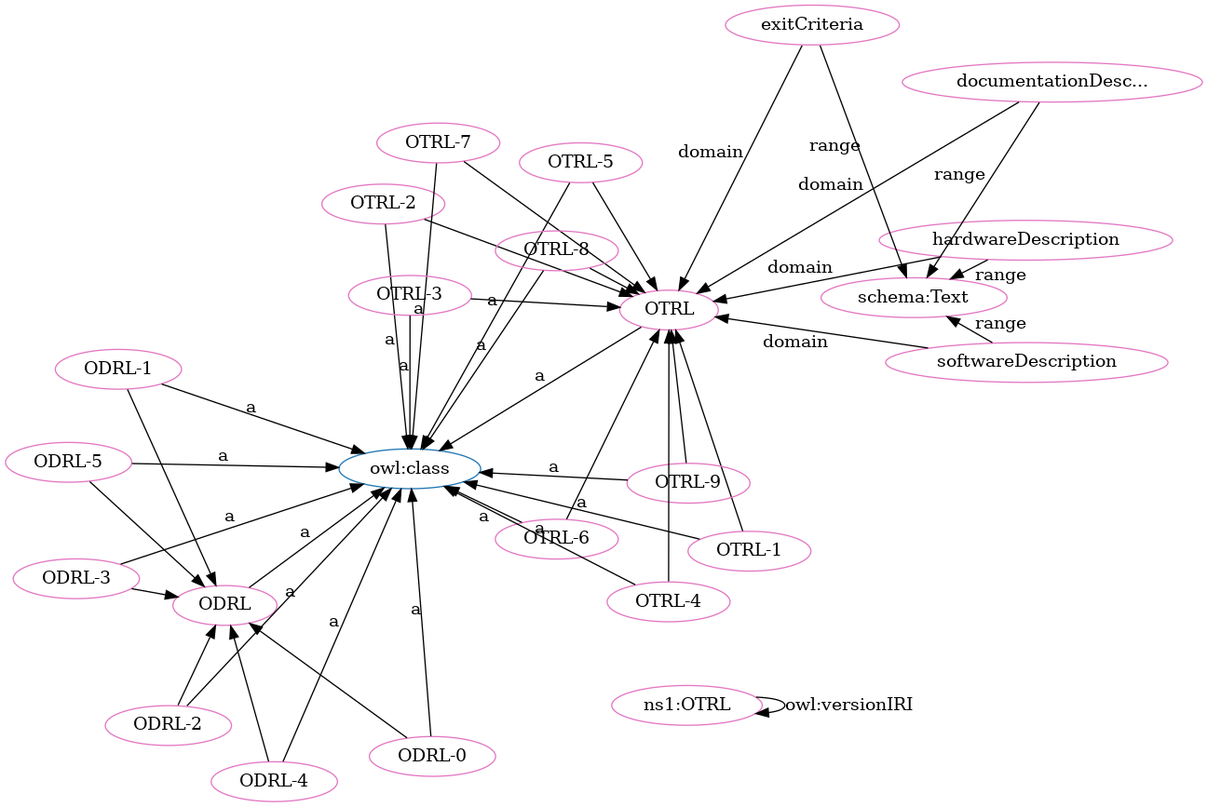
The Graphviz diagram OTRL-clean.png in OPEN-NEXT/OKH-LOSH, before a commit. Its source is kept beside it as OTRL-clean.dot. Its diagram source:
```dot
digraph G {
  rankdir=BT
  node[height=.3]
"http://www.w3.org/2002/07/owl#class" [fillcolor="#1f77b4" color="#1f77b4" label="owl:class"]
"http://purl.org/oseg/ontologies/OTRL#OTRL" [fillcolor="#1f77b4" color="#1f77b4" label="OTRL"]
"http://purl.org/oseg/ontologies/OTRL#ODRL" [fillcolor="#1f77b4" color="#1f77b4" label="ODRL"]
"http://purl.org/oseg/ontologies/OTRL#ODRL" [fillcolor="#e377c2" color="#e377c2" label="ODRL"]
"http://purl.org/oseg/ontologies/OTRL#hardwareDescription" [fillcolor="#e377c2" color="#e377c2" label="hardwareDescription"]
"http://schema.org/Text" [fillcolor="#e377c2" color="#e377c2" label="schema:Text"]
"http://purl.org/oseg/ontologies/OTRL#OTRL-2" [fillcolor="#e377c2" color="#e377c2" label="OTRL-2"]
"http://purl.org/oseg/ontologies/OTRL#OTRL" [fillcolor="#e377c2" color="#e377c2" label="OTRL"]
"http://purl.org/oseg/ontologies/OTRL" [fillcolor="#e377c2" color="#e377c2" label="ns1:OTRL"]
"http://purl.org/oseg/ontologies/OTRL#OTRL-6" [fillcolor="#e377c2" color="#e377c2" label="OTRL-6"]
"http://purl.org/oseg/ontologies/OTRL#ODRL-0" [fillcolor="#e377c2" color="#e377c2" label="ODRL-0"]
"http://purl.org/oseg/ontologies/OTRL#ODRL-2" [fillcolor="#e377c2" color="#e377c2" label="ODRL-2"]
"http://purl.org/oseg/ontologies/OTRL#softwareDescription" [fillcolor="#e377c2" color="#e377c2" label="softwareDescription"]
"http://purl.org/oseg/ontologies/OTRL#OTRL-1" [fillcolor="#e377c2" color="#e377c2" label="OTRL-1"]
"http://purl.org/oseg/ontologies/OTRL#ODRL-3" [fillcolor="#e377c2" color="#e377c2" label="ODRL-3"]
"http://purl.org/oseg/ontologies/OTRL#OTRL-9" [fillcolor="#e377c2" color="#e377c2" label="OTRL-9"]
"http://purl.org/oseg/ontologies/OTRL#ODRL-4" [fillcolor="#e377c2" color="#e377c2" label="ODRL-4"]
"http://purl.org/oseg/ontologies/OTRL#OTRL-7" [fillcolor="#e377c2" color="#e377c2" label="OTRL-7"]
"http://purl.org/oseg/ontologies/OTRL#documentationDescription" [fillcolor="#e377c2" color="#e377c2" label="documentationDesc..."]
"http://purl.org/oseg/ontologies/OTRL#OTRL-4" [fillcolor="#e377c2" color="#e377c2" label="OTRL-4"]
"http://purl.org/oseg/ontologies/OTRL#ODRL-1" [fillcolor="#e377c2" color="#e377c2" label="ODRL-1"]
"http://purl.org/oseg/ontologies/OTRL#ODRL-5" [fillcolor="#e377c2" color="#e377c2" label="ODRL-5"]
"http://purl.org/oseg/ontologies/OTRL#OTRL-3" [fillcolor="#e377c2" color="#e377c2" label="OTRL-3"]
"http://purl.org/oseg/ontologies/OTRL#OTRL-5" [fillcolor="#e377c2" color="#e377c2" label="OTRL-5"]
"http://purl.org/oseg/ontologies/OTRL#OTRL-8" [fillcolor="#e377c2" color="#e377c2" label="OTRL-8"]
"http://purl.org/oseg/ontologies/OTRL#exitCriteria" [fillcolor="#e377c2" color="#e377c2" label="exitCriteria"]
  "http://purl.org/oseg/ontologies/OTRL#ODRL" -> "http://www.w3.org/2002/07/owl#class" [label="a"]
  "http://purl.org/oseg/ontologies/OTRL#ODRL-3" -> "http://purl.org/oseg/ontologies/OTRL#ODRL" [label=""]
  "http://purl.org/oseg/ontologies/OTRL#OTRL-6" -> "http://purl.org/oseg/ontologies/OTRL#OTRL" [label=""]
  "http://purl.org/oseg/ontologies/OTRL#OTRL-6" -> "http://www.w3.org/2002/07/owl#class" [label="a"]
  "http://purl.org/oseg/ontologies/OTRL#exitCriteria" -> "http://purl.org/oseg/ontologies/OTRL#OTRL" [label="domain"]
  "http://purl.org/oseg/ontologies/OTRL#ODRL-2" -> "http://www.w3.org/2002/07/owl#class" [label="a"]
  "http://purl.org/oseg/ontologies/OTRL#OTRL-8" -> "http://purl.org/oseg/ontologies/OTRL#OTRL" [label=""]
  "http://purl.org/oseg/ontologies/OTRL#OTRL-9" -> "http://purl.org/oseg/ontologies/OTRL#OTRL" [label=""]
  "http://purl.org/oseg/ontologies/OTRL#hardwareDescription" -> "http://schema.org/Text" [label="range"]
  "http://purl.org/oseg/ontologies/OTRL#ODRL-0" -> "http://purl.org/oseg/ontologies/OTRL#ODRL" [label=""]
  "http://purl.org/oseg/ontologies/OTRL#OTRL-9" -> "http://www.w3.org/2002/07/owl#class" [label="a"]
  "http://purl.org/oseg/ontologies/OTRL#ODRL-4" -> "http://www.w3.org/2002/07/owl#class" [label="a"]
  "http://purl.org/oseg/ontologies/OTRL#OTRL-2" -> "http://purl.org/oseg/ontologies/OTRL#OTRL" [label=""]
  "http://purl.org/oseg/ontologies/OTRL#OTRL-7" -> "http://www.w3.org/2002/07/owl#class" [label="a"]
  "http://purl.org/oseg/ontologies/OTRL#OTRL-4" -> "http://www.w3.org/2002/07/owl#class" [label="a"]
  "http://purl.org/oseg/ontologies/OTRL#ODRL-1" -> "http://www.w3.org/2002/07/owl#class" [label="a"]
  "http://purl.org/oseg/ontologies/OTRL#ODRL-5" -> "http://www.w3.org/2002/07/owl#class" [label="a"]
  "http://purl.org/oseg/ontologies/OTRL#documentationDescription" -> "http://purl.org/oseg/ontologies/OTRL#OTRL" [label="domain"]
  "http://purl.org/oseg/ontologies/OTRL#hardwareDescription" -> "http://purl.org/oseg/ontologies/OTRL#OTRL" [label="domain"]
  "http://purl.org/oseg/ontologies/OTRL#OTRL-1" -> "http://purl.org/oseg/ontologies/OTRL#OTRL" [label=""]
  "http://purl.org/oseg/ontologies/OTRL#softwareDescription" -> "http://purl.org/oseg/ontologies/OTRL#OTRL" [label="domain"]
  "http://purl.org/oseg/ontologies/OTRL#OTRL-8" -> "http://www.w3.org/2002/07/owl#class" [label="a"]
  "http://purl.org/oseg/ontologies/OTRL#documentationDescription" -> "http://schema.org/Text" [label="range"]
  "http://purl.org/oseg/ontologies/OTRL#softwareDescription" -> "http://schema.org/Text" [label="range"]
  "http://purl.org/oseg/ontologies/OTRL#OTRL-2" -> "http://www.w3.org/2002/07/owl#class" [label="a"]
  "http://purl.org/oseg/ontologies/OTRL#OTRL-3" -> "http://purl.org/oseg/ontologies/OTRL#OTRL" [label=""]
  "http://purl.org/oseg/ontologies/OTRL#ODRL-0" -> "http://www.w3.org/2002/07/owl#class" [label="a"]
  "http://purl.org/oseg/ontologies/OTRL#exitCriteria" -> "http://schema.org/Text" [label="range"]
  "http://purl.org/oseg/ontologies/OTRL#OTRL-5" -> "http://purl.org/oseg/ontologies/OTRL#OTRL" [label=""]
  "http://purl.org/oseg/ontologies/OTRL#OTRL-1" -> "http://www.w3.org/2002/07/owl#class" [label="a"]
  "http://purl.org/oseg/ontologies/OTRL#ODRL-3" -> "http://www.w3.org/2002/07/owl#class" [label="a"]
  "http://purl.org/oseg/ontologies/OTRL" -> "http://purl.org/oseg/ontologies/OTRL" [label="owl:versionIRI"]
  "http://purl.org/oseg/ontologies/OTRL#ODRL-2" -> "http://purl.org/oseg/ontologies/OTRL#ODRL" [label=""]
  "http://purl.org/oseg/ontologies/OTRL#OTRL-4" -> "http://purl.org/oseg/ontologies/OTRL#OTRL" [label=""]
  "http://purl.org/oseg/ontologies/OTRL#ODRL-4" -> "http://purl.org/oseg/ontologies/OTRL#ODRL" [label=""]
  "http://purl.org/oseg/ontologies/OTRL#OTRL-3" -> "http://www.w3.org/2002/07/owl#class" [label="a"]
  "http://purl.org/oseg/ontologies/OTRL#OTRL" -> "http://www.w3.org/2002/07/owl#class" [label="a"]
  "http://purl.org/oseg/ontologies/OTRL#ODRL-1" -> "http://purl.org/oseg/ontologies/OTRL#ODRL" [label=""]
  "http://purl.org/oseg/ontologies/OTRL#ODRL-5" -> "http://purl.org/oseg/ontologies/OTRL#ODRL" [label=""]
  "http://purl.org/oseg/ontologies/OTRL#OTRL-5" -> "http://www.w3.org/2002/07/owl#class" [label="a"]
  "http://purl.org/oseg/ontologies/OTRL#OTRL-7" -> "http://purl.org/oseg/ontologies/OTRL#OTRL" [label=""]
}
```
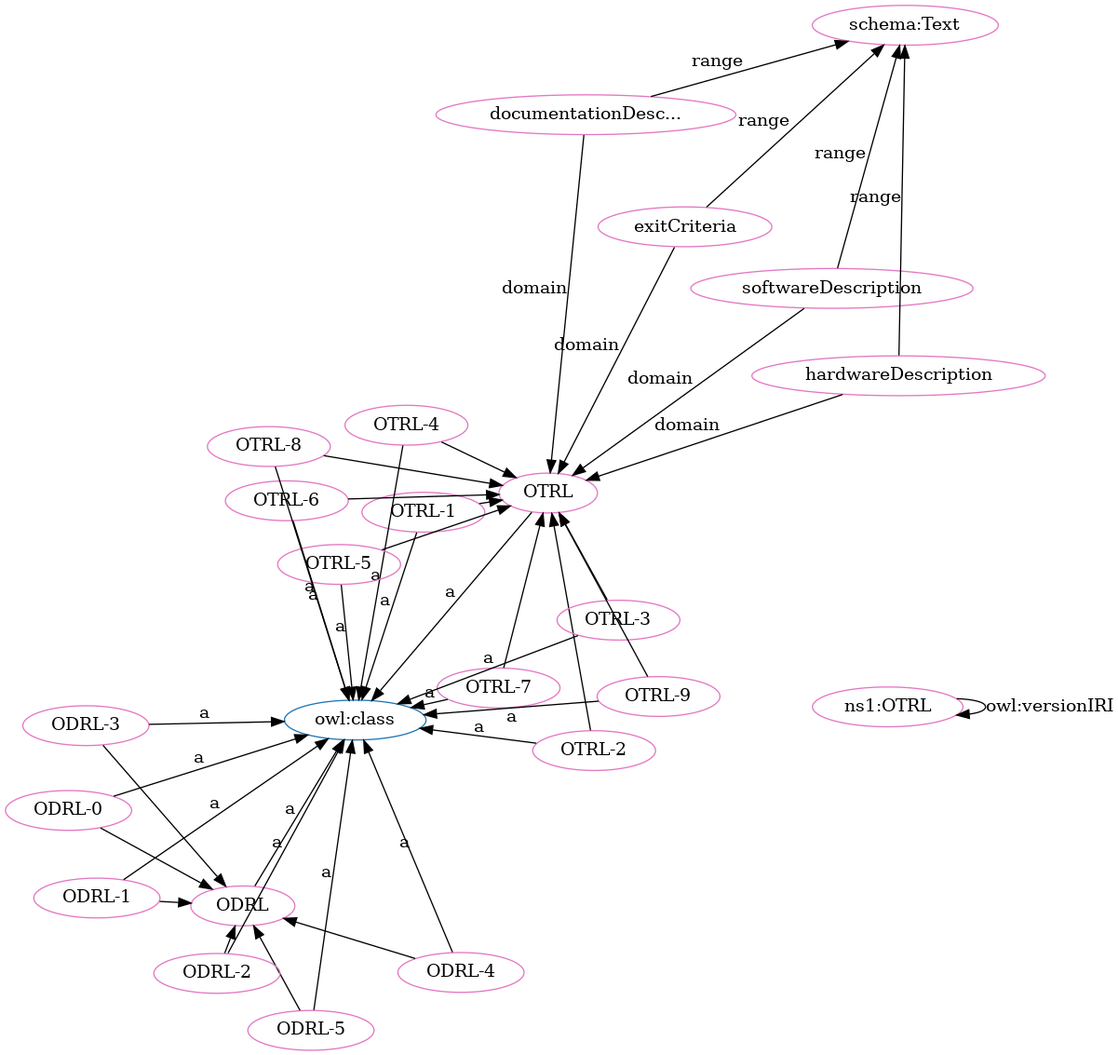
After the change.

Change to the diagram source:
```diff
@@ -1,71 +1,71 @@
 digraph G {
   rankdir=BT
   node[height=.3]
+"http://purl.org/oseg/ontologies/OTRL#OTRL" [fillcolor="#1f77b4" color="#1f77b4" label="OTRL"]
 "http://www.w3.org/2002/07/owl#class" [fillcolor="#1f77b4" color="#1f77b4" label="owl:class"]
-"http://purl.org/oseg/ontologies/OTRL#OTRL" [fillcolor="#1f77b4" color="#1f77b4" label="OTRL"]
 "http://purl.org/oseg/ontologies/OTRL#ODRL" [fillcolor="#1f77b4" color="#1f77b4" label="ODRL"]
+"http://purl.org/oseg/ontologies/OTRL#OTRL" [fillcolor="#e377c2" color="#e377c2" label="OTRL"]
+"http://purl.org/oseg/ontologies/OTRL#ODRL-3" [fillcolor="#e377c2" color="#e377c2" label="ODRL-3"]
 "http://purl.org/oseg/ontologies/OTRL#ODRL" [fillcolor="#e377c2" color="#e377c2" label="ODRL"]
-"http://purl.org/oseg/ontologies/OTRL#hardwareDescription" [fillcolor="#e377c2" color="#e377c2" label="hardwareDescription"]
 "http://schema.org/Text" [fillcolor="#e377c2" color="#e377c2" label="schema:Text"]
-"http://purl.org/oseg/ontologies/OTRL#OTRL-2" [fillcolor="#e377c2" color="#e377c2" label="OTRL-2"]
-"http://purl.org/oseg/ontologies/OTRL#OTRL" [fillcolor="#e377c2" color="#e377c2" label="OTRL"]
 "http://purl.org/oseg/ontologies/OTRL" [fillcolor="#e377c2" color="#e377c2" label="ns1:OTRL"]
-"http://purl.org/oseg/ontologies/OTRL#OTRL-6" [fillcolor="#e377c2" color="#e377c2" label="OTRL-6"]
-"http://purl.org/oseg/ontologies/OTRL#ODRL-0" [fillcolor="#e377c2" color="#e377c2" label="ODRL-0"]
-"http://purl.org/oseg/ontologies/OTRL#ODRL-2" [fillcolor="#e377c2" color="#e377c2" label="ODRL-2"]
 "http://purl.org/oseg/ontologies/OTRL#softwareDescription" [fillcolor="#e377c2" color="#e377c2" label="softwareDescription"]
 "http://purl.org/oseg/ontologies/OTRL#OTRL-1" [fillcolor="#e377c2" color="#e377c2" label="OTRL-1"]
-"http://purl.org/oseg/ontologies/OTRL#ODRL-3" [fillcolor="#e377c2" color="#e377c2" label="ODRL-3"]
-"http://purl.org/oseg/ontologies/OTRL#OTRL-9" [fillcolor="#e377c2" color="#e377c2" label="OTRL-9"]
-"http://purl.org/oseg/ontologies/OTRL#ODRL-4" [fillcolor="#e377c2" color="#e377c2" label="ODRL-4"]
 "http://purl.org/oseg/ontologies/OTRL#OTRL-7" [fillcolor="#e377c2" color="#e377c2" label="OTRL-7"]
 "http://purl.org/oseg/ontologies/OTRL#documentationDescription" [fillcolor="#e377c2" color="#e377c2" label="documentationDesc..."]
 "http://purl.org/oseg/ontologies/OTRL#OTRL-4" [fillcolor="#e377c2" color="#e377c2" label="OTRL-4"]
+"http://purl.org/oseg/ontologies/OTRL#exitCriteria" [fillcolor="#e377c2" color="#e377c2" label="exitCriteria"]
+"http://purl.org/oseg/ontologies/OTRL#ODRL-5" [fillcolor="#e377c2" color="#e377c2" label="ODRL-5"]
+"http://purl.org/oseg/ontologies/OTRL#OTRL-2" [fillcolor="#e377c2" color="#e377c2" label="OTRL-2"]
+"http://purl.org/oseg/ontologies/OTRL#hardwareDescription" [fillcolor="#e377c2" color="#e377c2" label="hardwareDescription"]
+"http://purl.org/oseg/ontologies/OTRL#OTRL-3" [fillcolor="#e377c2" color="#e377c2" label="OTRL-3"]
+"http://purl.org/oseg/ontologies/OTRL#OTRL-9" [fillcolor="#e377c2" color="#e377c2" label="OTRL-9"]
+"http://purl.org/oseg/ontologies/OTRL#ODRL-2" [fillcolor="#e377c2" color="#e377c2" label="ODRL-2"]
+"http://purl.org/oseg/ontologies/OTRL#OTRL-5" [fillcolor="#e377c2" color="#e377c2" label="OTRL-5"]
+"http://purl.org/oseg/ontologies/OTRL#OTRL-6" [fillcolor="#e377c2" color="#e377c2" label="OTRL-6"]
 "http://purl.org/oseg/ontologies/OTRL#ODRL-1" [fillcolor="#e377c2" color="#e377c2" label="ODRL-1"]
-"http://purl.org/oseg/ontologies/OTRL#ODRL-5" [fillcolor="#e377c2" color="#e377c2" label="ODRL-5"]
-"http://purl.org/oseg/ontologies/OTRL#OTRL-3" [fillcolor="#e377c2" color="#e377c2" label="OTRL-3"]
-"http://purl.org/oseg/ontologies/OTRL#OTRL-5" [fillcolor="#e377c2" color="#e377c2" label="OTRL-5"]
+"http://purl.org/oseg/ontologies/OTRL#ODRL-0" [fillcolor="#e377c2" color="#e377c2" label="ODRL-0"]
+"http://purl.org/oseg/ontologies/OTRL#ODRL-4" [fillcolor="#e377c2" color="#e377c2" label="ODRL-4"]
 "http://purl.org/oseg/ontologies/OTRL#OTRL-8" [fillcolor="#e377c2" color="#e377c2" label="OTRL-8"]
-"http://purl.org/oseg/ontologies/OTRL#exitCriteria" [fillcolor="#e377c2" color="#e377c2" label="exitCriteria"]
+  "http://purl.org/oseg/ontologies/OTRL#documentationDescription" -> "http://purl.org/oseg/ontologies/OTRL#OTRL" [label="domain"]
+  "http://purl.org/oseg/ontologies/OTRL#ODRL-3" -> "http://www.w3.org/2002/07/owl#class" [label="a"]
   "http://purl.org/oseg/ontologies/OTRL#ODRL" -> "http://www.w3.org/2002/07/owl#class" [label="a"]
-  "http://purl.org/oseg/ontologies/OTRL#ODRL-3" -> "http://purl.org/oseg/ontologies/OTRL#ODRL" [label=""]
-  "http://purl.org/oseg/ontologies/OTRL#OTRL-6" -> "http://purl.org/oseg/ontologies/OTRL#OTRL" [label=""]
-  "http://purl.org/oseg/ontologies/OTRL#OTRL-6" -> "http://www.w3.org/2002/07/owl#class" [label="a"]
-  "http://purl.org/oseg/ontologies/OTRL#exitCriteria" -> "http://purl.org/oseg/ontologies/OTRL#OTRL" [label="domain"]
-  "http://purl.org/oseg/ontologies/OTRL#ODRL-2" -> "http://www.w3.org/2002/07/owl#class" [label="a"]
-  "http://purl.org/oseg/ontologies/OTRL#OTRL-8" -> "http://purl.org/oseg/ontologies/OTRL#OTRL" [label=""]
-  "http://purl.org/oseg/ontologies/OTRL#OTRL-9" -> "http://purl.org/oseg/ontologies/OTRL#OTRL" [label=""]
-  "http://purl.org/oseg/ontologies/OTRL#hardwareDescription" -> "http://schema.org/Text" [label="range"]
+  "http://purl.org/oseg/ontologies/OTRL#softwareDescription" -> "http://schema.org/Text" [label="range"]
+  "http://purl.org/oseg/ontologies/OTRL" -> "http://purl.org/oseg/ontologies/OTRL" [label="owl:versionIRI"]
+  "http://purl.org/oseg/ontologies/OTRL#OTRL-4" -> "http://www.w3.org/2002/07/owl#class" [label="a"]
+  "http://purl.org/oseg/ontologies/OTRL#softwareDescription" -> "http://purl.org/oseg/ontologies/OTRL#OTRL" [label="domain"]
+  "http://purl.org/oseg/ontologies/OTRL#ODRL-1" -> "http://purl.org/oseg/ontologies/OTRL#ODRL" [label=""]
   "http://purl.org/oseg/ontologies/OTRL#ODRL-0" -> "http://purl.org/oseg/ontologies/OTRL#ODRL" [label=""]
+  "http://purl.org/oseg/ontologies/OTRL#ODRL-5" -> "http://www.w3.org/2002/07/owl#class" [label="a"]
+  "http://purl.org/oseg/ontologies/OTRL#ODRL-4" -> "http://purl.org/oseg/ontologies/OTRL#ODRL" [label=""]
+  "http://purl.org/oseg/ontologies/OTRL#OTRL-3" -> "http://www.w3.org/2002/07/owl#class" [label="a"]
   "http://purl.org/oseg/ontologies/OTRL#OTRL-9" -> "http://www.w3.org/2002/07/owl#class" [label="a"]
-  "http://purl.org/oseg/ontologies/OTRL#ODRL-4" -> "http://www.w3.org/2002/07/owl#class" [label="a"]
-  "http://purl.org/oseg/ontologies/OTRL#OTRL-2" -> "http://purl.org/oseg/ontologies/OTRL#OTRL" [label=""]
-  "http://purl.org/oseg/ontologies/OTRL#OTRL-7" -> "http://www.w3.org/2002/07/owl#class" [label="a"]
-  "http://purl.org/oseg/ontologies/OTRL#OTRL-4" -> "http://www.w3.org/2002/07/owl#class" [label="a"]
-  "http://purl.org/oseg/ontologies/OTRL#ODRL-1" -> "http://www.w3.org/2002/07/owl#class" [label="a"]
-  "http://purl.org/oseg/ontologies/OTRL#ODRL-5" -> "http://www.w3.org/2002/07/owl#class" [label="a"]
-  "http://purl.org/oseg/ontologies/OTRL#documentationDescription" -> "http://purl.org/oseg/ontologies/OTRL#OTRL" [label="domain"]
-  "http://purl.org/oseg/ontologies/OTRL#hardwareDescription" -> "http://purl.org/oseg/ontologies/OTRL#OTRL" [label="domain"]
-  "http://purl.org/oseg/ontologies/OTRL#OTRL-1" -> "http://purl.org/oseg/ontologies/OTRL#OTRL" [label=""]
-  "http://purl.org/oseg/ontologies/OTRL#softwareDescription" -> "http://purl.org/oseg/ontologies/OTRL#OTRL" [label="domain"]
-  "http://purl.org/oseg/ontologies/OTRL#OTRL-8" -> "http://www.w3.org/2002/07/owl#class" [label="a"]
-  "http://purl.org/oseg/ontologies/OTRL#documentationDescription" -> "http://schema.org/Text" [label="range"]
-  "http://purl.org/oseg/ontologies/OTRL#softwareDescription" -> "http://schema.org/Text" [label="range"]
-  "http://purl.org/oseg/ontologies/OTRL#OTRL-2" -> "http://www.w3.org/2002/07/owl#class" [label="a"]
-  "http://purl.org/oseg/ontologies/OTRL#OTRL-3" -> "http://purl.org/oseg/ontologies/OTRL#OTRL" [label=""]
-  "http://purl.org/oseg/ontologies/OTRL#ODRL-0" -> "http://www.w3.org/2002/07/owl#class" [label="a"]
-  "http://purl.org/oseg/ontologies/OTRL#exitCriteria" -> "http://schema.org/Text" [label="range"]
-  "http://purl.org/oseg/ontologies/OTRL#OTRL-5" -> "http://purl.org/oseg/ontologies/OTRL#OTRL" [label=""]
-  "http://purl.org/oseg/ontologies/OTRL#OTRL-1" -> "http://www.w3.org/2002/07/owl#class" [label="a"]
-  "http://purl.org/oseg/ontologies/OTRL#ODRL-3" -> "http://www.w3.org/2002/07/owl#class" [label="a"]
-  "http://purl.org/oseg/ontologies/OTRL" -> "http://purl.org/oseg/ontologies/OTRL" [label="owl:versionIRI"]
   "http://purl.org/oseg/ontologies/OTRL#ODRL-2" -> "http://purl.org/oseg/ontologies/OTRL#ODRL" [label=""]
   "http://purl.org/oseg/ontologies/OTRL#OTRL-4" -> "http://purl.org/oseg/ontologies/OTRL#OTRL" [label=""]
-  "http://purl.org/oseg/ontologies/OTRL#ODRL-4" -> "http://purl.org/oseg/ontologies/OTRL#ODRL" [label=""]
-  "http://purl.org/oseg/ontologies/OTRL#OTRL-3" -> "http://www.w3.org/2002/07/owl#class" [label="a"]
+  "http://purl.org/oseg/ontologies/OTRL#OTRL-9" -> "http://purl.org/oseg/ontologies/OTRL#OTRL" [label=""]
+  "http://purl.org/oseg/ontologies/OTRL#OTRL-1" -> "http://purl.org/oseg/ontologies/OTRL#OTRL" [label=""]
+  "http://purl.org/oseg/ontologies/OTRL#OTRL-7" -> "http://purl.org/oseg/ontologies/OTRL#OTRL" [label=""]
+  "http://purl.org/oseg/ontologies/OTRL#OTRL-2" -> "http://purl.org/oseg/ontologies/OTRL#OTRL" [label=""]
+  "http://purl.org/oseg/ontologies/OTRL#hardwareDescription" -> "http://purl.org/oseg/ontologies/OTRL#OTRL" [label="domain"]
+  "http://purl.org/oseg/ontologies/OTRL#OTRL-8" -> "http://purl.org/oseg/ontologies/OTRL#OTRL" [label=""]
+  "http://purl.org/oseg/ontologies/OTRL#OTRL-1" -> "http://www.w3.org/2002/07/owl#class" [label="a"]
   "http://purl.org/oseg/ontologies/OTRL#OTRL" -> "http://www.w3.org/2002/07/owl#class" [label="a"]
-  "http://purl.org/oseg/ontologies/OTRL#ODRL-1" -> "http://purl.org/oseg/ontologies/OTRL#ODRL" [label=""]
+  "http://purl.org/oseg/ontologies/OTRL#OTRL-7" -> "http://www.w3.org/2002/07/owl#class" [label="a"]
+  "http://purl.org/oseg/ontologies/OTRL#OTRL-3" -> "http://purl.org/oseg/ontologies/OTRL#OTRL" [label=""]
+  "http://purl.org/oseg/ontologies/OTRL#OTRL-5" -> "http://purl.org/oseg/ontologies/OTRL#OTRL" [label=""]
+  "http://purl.org/oseg/ontologies/OTRL#OTRL-2" -> "http://www.w3.org/2002/07/owl#class" [label="a"]
+  "http://purl.org/oseg/ontologies/OTRL#OTRL-6" -> "http://purl.org/oseg/ontologies/OTRL#OTRL" [label=""]
+  "http://purl.org/oseg/ontologies/OTRL#ODRL-2" -> "http://www.w3.org/2002/07/owl#class" [label="a"]
+  "http://purl.org/oseg/ontologies/OTRL#OTRL-5" -> "http://www.w3.org/2002/07/owl#class" [label="a"]
+  "http://purl.org/oseg/ontologies/OTRL#ODRL-3" -> "http://purl.org/oseg/ontologies/OTRL#ODRL" [label=""]
+  "http://purl.org/oseg/ontologies/OTRL#OTRL-6" -> "http://www.w3.org/2002/07/owl#class" [label="a"]
+  "http://purl.org/oseg/ontologies/OTRL#documentationDescription" -> "http://schema.org/Text" [label="range"]
+  "http://purl.org/oseg/ontologies/OTRL#exitCriteria" -> "http://purl.org/oseg/ontologies/OTRL#OTRL" [label="domain"]
+  "http://purl.org/oseg/ontologies/OTRL#ODRL-1" -> "http://www.w3.org/2002/07/owl#class" [label="a"]
+  "http://purl.org/oseg/ontologies/OTRL#ODRL-0" -> "http://www.w3.org/2002/07/owl#class" [label="a"]
+  "http://purl.org/oseg/ontologies/OTRL#ODRL-4" -> "http://www.w3.org/2002/07/owl#class" [label="a"]
   "http://purl.org/oseg/ontologies/OTRL#ODRL-5" -> "http://purl.org/oseg/ontologies/OTRL#ODRL" [label=""]
-  "http://purl.org/oseg/ontologies/OTRL#OTRL-5" -> "http://www.w3.org/2002/07/owl#class" [label="a"]
-  "http://purl.org/oseg/ontologies/OTRL#OTRL-7" -> "http://purl.org/oseg/ontologies/OTRL#OTRL" [label=""]
+  "http://purl.org/oseg/ontologies/OTRL#exitCriteria" -> "http://schema.org/Text" [label="range"]
+  "http://purl.org/oseg/ontologies/OTRL#OTRL-8" -> "http://www.w3.org/2002/07/owl#class" [label="a"]
+  "http://purl.org/oseg/ontologies/OTRL#hardwareDescription" -> "http://schema.org/Text" [label="range"]
 }
```
